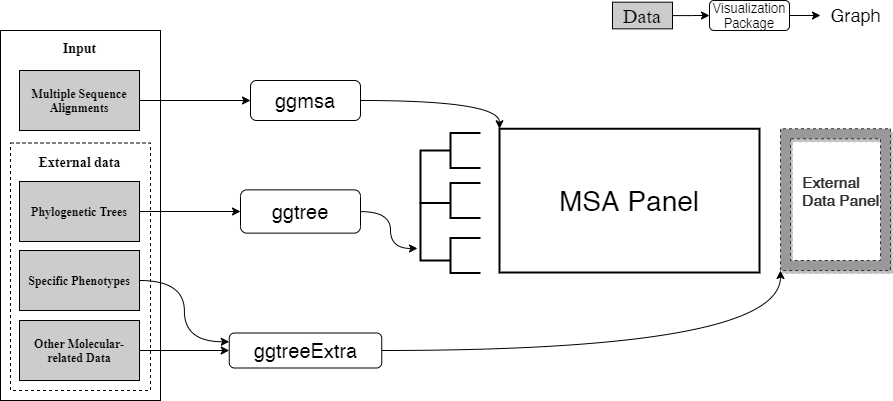
Earlier version of the draw.io export Figures/Fig1.png (YuLab-SMU/supplemental-ggmsa). Source tidied: cells renumbered, new cells last; positions are measured from the earlier drawing's top-left corner, leaving out a move shared by most shapes. Its diagram source:
```xml
<mxGraphModel>
  <root>
    <mxCell id="0" />
    <mxCell id="1" parent="0" />
    <mxCell id="2" style="verticalLabelPosition=bottom;verticalAlign=top;html=1;shape=mxgraph.basic.rect;fillColor2=none;strokeWidth=1;size=20;indent=5;fillColor=none;" parent="1" vertex="1">
      <mxGeometry y="30" width="160" height="370" as="geometry" />
    </mxCell>
    <mxCell id="3" style="verticalLabelPosition=bottom;verticalAlign=top;html=1;shape=mxgraph.basic.rect;fillColor2=none;strokeWidth=1;size=20;indent=5;fillColor=none;dashed=1;" parent="1" vertex="1">
      <mxGeometry x="10" y="142.5" width="140" height="247.5" as="geometry" />
    </mxCell>
    <mxCell id="4" style="edgeStyle=orthogonalEdgeStyle;curved=1;jettySize=auto;html=1;exitX=1;exitY=0.5;exitDx=0;exitDy=0;entryX=0;entryY=0.5;entryDx=0;entryDy=0;" parent="1" edge="1" source="5" target="11">
      <mxGeometry relative="1" as="geometry" />
    </mxCell>
    <mxCell id="5" value="&lt;font face=&quot;Times New Roman&quot;&gt;&lt;b&gt;Multiple Sequence Alignments&lt;/b&gt;&lt;/font&gt;" style="rounded=0;whiteSpace=wrap;html=1;fillColor=#CCCCCC;" parent="1" vertex="1">
      <mxGeometry x="19" y="70" width="120" height="60" as="geometry" />
    </mxCell>
    <mxCell id="6" style="edgeStyle=orthogonalEdgeStyle;curved=1;jettySize=auto;html=1;exitX=1;exitY=0.5;exitDx=0;exitDy=0;entryX=0;entryY=0.5;entryDx=0;entryDy=0;" parent="1" edge="1" source="7" target="13">
      <mxGeometry relative="1" as="geometry" />
    </mxCell>
    <mxCell id="7" value="&lt;font face=&quot;Times New Roman&quot;&gt;&lt;b&gt;Phylogenetic Trees&lt;/b&gt;&lt;/font&gt;" style="rounded=0;whiteSpace=wrap;html=1;fillColor=#CCCCCC;" parent="1" vertex="1">
      <mxGeometry x="19" y="181" width="120" height="60" as="geometry" />
    </mxCell>
    <mxCell id="8" style="edgeStyle=orthogonalEdgeStyle;curved=1;jettySize=auto;html=1;exitX=1;exitY=0.5;exitDx=0;exitDy=0;entryX=0;entryY=0.5;entryDx=0;entryDy=0;" parent="1" edge="1" source="9" target="15">
      <mxGeometry relative="1" as="geometry" />
    </mxCell>
    <mxCell id="9" value="&lt;font face=&quot;Times New Roman&quot;&gt;&lt;b&gt;Other Molecular-related Data&lt;/b&gt;&lt;/font&gt;" style="rounded=0;whiteSpace=wrap;html=1;fillColor=#CCCCCC;" parent="1" vertex="1">
      <mxGeometry x="19" y="320" width="120" height="60" as="geometry" />
    </mxCell>
    <mxCell id="10" style="edgeStyle=orthogonalEdgeStyle;jettySize=auto;html=1;entryX=0;entryY=0;entryDx=0;entryDy=0;curved=1;" parent="1" edge="1" source="11" target="25">
      <mxGeometry relative="1" as="geometry" />
    </mxCell>
    <mxCell id="11" value="&lt;font style=&quot;font-size: 20px&quot;&gt;ggmsa&lt;/font&gt;" style="rounded=1;whiteSpace=wrap;html=1;fillColor=none;strokeColor=#000000;" parent="1" vertex="1">
      <mxGeometry x="250" y="80" width="110" height="40" as="geometry" />
    </mxCell>
    <mxCell id="12" style="edgeStyle=orthogonalEdgeStyle;curved=1;jettySize=auto;html=1;entryX=-0.1;entryY=0.791;entryDx=0;entryDy=0;entryPerimeter=0;" parent="1" edge="1" source="13" target="22">
      <mxGeometry relative="1" as="geometry" />
    </mxCell>
    <mxCell id="13" value="&lt;font style=&quot;font-size: 20px&quot;&gt;ggtree&lt;/font&gt;" style="rounded=1;whiteSpace=wrap;html=1;strokeColor=#000000;fillColor=none;" parent="1" vertex="1">
      <mxGeometry x="240" y="189.4" width="120" height="43.2" as="geometry" />
    </mxCell>
    <mxCell id="14" style="edgeStyle=orthogonalEdgeStyle;curved=1;jettySize=auto;html=1;entryX=0;entryY=1;entryDx=0;entryDy=0;entryPerimeter=0;" parent="1" edge="1" source="15" target="27">
      <mxGeometry relative="1" as="geometry">
        <Array as="points">
          <mxPoint x="780" y="350" />
        </Array>
      </mxGeometry>
    </mxCell>
    <mxCell id="15" value="&lt;font style=&quot;font-size: 20px&quot;&gt;ggtreeExtra&lt;/font&gt;" style="rounded=1;whiteSpace=wrap;html=1;strokeColor=#000000;fillColor=none;" parent="1" vertex="1">
      <mxGeometry x="228.8" y="332.5" width="152.5" height="35" as="geometry" />
    </mxCell>
    <mxCell id="16" style="edgeStyle=orthogonalEdgeStyle;curved=1;jettySize=auto;html=1;" parent="1" edge="1" source="17" target="32">
      <mxGeometry relative="1" as="geometry" />
    </mxCell>
    <mxCell id="17" value="&lt;font face=&quot;Times New Roman&quot; style=&quot;font-size: 20px&quot;&gt;Data&lt;/font&gt;" style="rounded=0;whiteSpace=wrap;html=1;fillColor=#CCCCCC;" parent="1" vertex="1">
      <mxGeometry x="612" y="1.7" width="60" height="26.7" as="geometry" />
    </mxCell>
    <mxCell id="18" style="group;" parent="1" vertex="1">
      <mxGeometry x="420" y="40" width="470" height="232.5" as="geometry" />
    </mxCell>
    <mxCell id="19" style="group;" parent="18" vertex="1">
      <mxGeometry y="92.5" width="60" height="140" as="geometry" />
    </mxCell>
    <mxCell id="20" style="strokeWidth=2;html=1;shape=mxgraph.flowchart.annotation_1;align=left;fillColor=none;" parent="19" vertex="1">
      <mxGeometry y="17.5" width="30" height="52.5" as="geometry" />
    </mxCell>
    <mxCell id="21" style="strokeWidth=2;html=1;shape=mxgraph.flowchart.annotation_1;align=left;fillColor=none;" parent="19" vertex="1">
      <mxGeometry x="30" y="50" width="30" height="35" as="geometry" />
    </mxCell>
    <mxCell id="22" style="strokeWidth=2;html=1;shape=mxgraph.flowchart.annotation_1;align=left;fillColor=none;" parent="19" vertex="1">
      <mxGeometry y="70" width="30" height="57.5" as="geometry" />
    </mxCell>
    <mxCell id="23" style="strokeWidth=2;html=1;shape=mxgraph.flowchart.annotation_1;align=left;fillColor=none;" parent="19" vertex="1">
      <mxGeometry x="30" width="30" height="35" as="geometry" />
    </mxCell>
    <mxCell id="24" style="strokeWidth=2;html=1;shape=mxgraph.flowchart.annotation_1;align=left;fillColor=none;" parent="19" vertex="1">
      <mxGeometry x="30" y="105" width="30" height="35" as="geometry" />
    </mxCell>
    <mxCell id="25" value="&lt;font style=&quot;font-size: 28px&quot;&gt;MSA Panel&lt;/font&gt;" style="rounded=0;whiteSpace=wrap;html=1;strokeColor=#000000;strokeWidth=2;fillColor=none;" parent="18" vertex="1">
      <mxGeometry x="79" y="88.2" width="260" height="143.8" as="geometry" />
    </mxCell>
    <mxCell id="26" style="group;" parent="18" vertex="1">
      <mxGeometry x="360" y="88.2" width="110" height="141.8" as="geometry" />
    </mxCell>
    <mxCell id="27" style="verticalLabelPosition=bottom;verticalAlign=top;html=1;shape=mxgraph.basic.frame;dx=10;strokeColor=#333333;fillColor=#999999;shadow=1;dashed=1;" parent="26" vertex="1">
      <mxGeometry width="110" height="141.8" as="geometry" />
    </mxCell>
    <mxCell id="28" value="&lt;span style=&quot;font-size: 15px&quot;&gt;&lt;b&gt;&lt;font color=&quot;#333333&quot;&gt;External &lt;br&gt;Data Panel&lt;br&gt;&lt;/font&gt;&lt;/b&gt;&lt;/span&gt;" style="text;html=1;" parent="26" vertex="1">
      <mxGeometry x="20" y="38.9" width="80" height="65.9" as="geometry" />
    </mxCell>
    <mxCell id="29" value="&lt;font style=&quot;font-size: 14px&quot; face=&quot;Times New Roman&quot;&gt;&lt;b&gt;External data&lt;/b&gt;&lt;/font&gt;" style="text;html=1;align=center;verticalAlign=middle;" parent="1" vertex="1">
      <mxGeometry x="29" y="152" width="100" height="20" as="geometry" />
    </mxCell>
    <mxCell id="30" value="&lt;font style=&quot;font-size: 14px&quot; face=&quot;Times New Roman&quot;&gt;&lt;b&gt;Input&lt;/b&gt;&lt;/font&gt;" style="text;html=1;align=center;verticalAlign=middle;" parent="1" vertex="1">
      <mxGeometry x="54" y="38" width="50" height="20" as="geometry" />
    </mxCell>
    <mxCell id="31" style="edgeStyle=orthogonalEdgeStyle;curved=1;jettySize=auto;html=1;" parent="1" edge="1" source="32" target="33">
      <mxGeometry relative="1" as="geometry" />
    </mxCell>
    <mxCell id="32" value="&lt;font style=&quot;font-size: 13px&quot;&gt;Visualization&lt;br&gt;Package&lt;/font&gt;" style="rounded=1;whiteSpace=wrap;html=1;fillColor=none;strokeColor=#000000;" parent="1" vertex="1">
      <mxGeometry x="709" width="80" height="30" as="geometry" />
    </mxCell>
    <mxCell id="33" value="&lt;font style=&quot;font-size: 18px&quot;&gt;Graph&lt;/font&gt;" style="text;html=1;align=center;verticalAlign=middle;points=[];" parent="1" vertex="1">
      <mxGeometry x="820" y="5" width="70" height="20" as="geometry" />
    </mxCell>
    <mxCell id="34" style="edgeStyle=orthogonalEdgeStyle;jettySize=auto;html=1;entryX=0;entryY=0.25;entryDx=0;entryDy=0;curved=1;" parent="1" edge="1" source="35" target="15">
      <mxGeometry relative="1" as="geometry" />
    </mxCell>
    <mxCell id="35" value="&lt;font face=&quot;Times New Roman&quot;&gt;&lt;b&gt;Specific Phenotypes&lt;/b&gt;&lt;/font&gt;" style="rounded=0;whiteSpace=wrap;html=1;fillColor=#CCCCCC;" parent="1" vertex="1">
      <mxGeometry x="19" y="250" width="120" height="60" as="geometry" />
    </mxCell>
  </root>
</mxGraphModel>
```
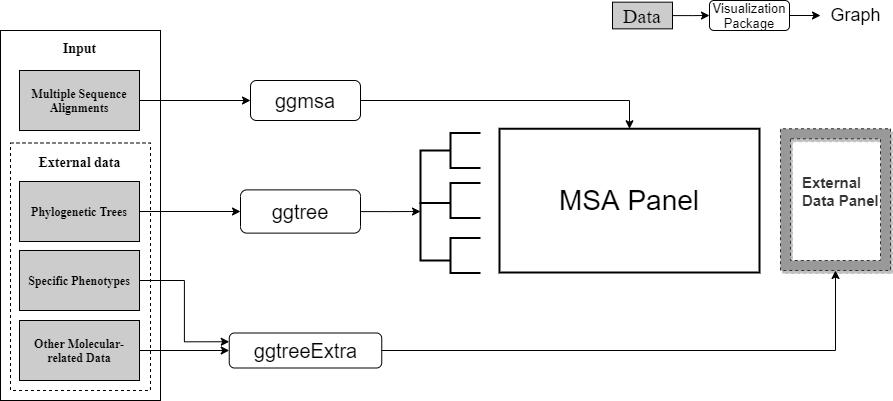
After the commit.

Diff of the diagram source:
```diff
@@ -26,24 +26,20 @@
     <mxCell id="9" value="&lt;font face=&quot;Times New Roman&quot;&gt;&lt;b&gt;Other Molecular-related Data&lt;/b&gt;&lt;/font&gt;" style="rounded=0;whiteSpace=wrap;html=1;fillColor=#CCCCCC;" parent="1" vertex="1">
       <mxGeometry x="19" y="320" width="120" height="60" as="geometry" />
     </mxCell>
-    <mxCell id="10" style="edgeStyle=orthogonalEdgeStyle;jettySize=auto;html=1;entryX=0;entryY=0;entryDx=0;entryDy=0;curved=1;" parent="1" edge="1" source="11" target="25">
+    <mxCell id="10" style="edgeStyle=orthogonalEdgeStyle;rounded=0;jettySize=auto;html=1;" parent="1" edge="1" source="11" target="25">
       <mxGeometry relative="1" as="geometry" />
     </mxCell>
     <mxCell id="11" value="&lt;font style=&quot;font-size: 20px&quot;&gt;ggmsa&lt;/font&gt;" style="rounded=1;whiteSpace=wrap;html=1;fillColor=none;strokeColor=#000000;" parent="1" vertex="1">
       <mxGeometry x="250" y="80" width="110" height="40" as="geometry" />
     </mxCell>
-    <mxCell id="12" style="edgeStyle=orthogonalEdgeStyle;curved=1;jettySize=auto;html=1;entryX=-0.1;entryY=0.791;entryDx=0;entryDy=0;entryPerimeter=0;" parent="1" edge="1" source="13" target="22">
+    <mxCell id="12" style="edgeStyle=orthogonalEdgeStyle;rounded=0;jettySize=auto;html=1;entryX=0;entryY=0.148;entryDx=0;entryDy=0;entryPerimeter=0;" parent="1" edge="1" source="13" target="22">
       <mxGeometry relative="1" as="geometry" />
     </mxCell>
     <mxCell id="13" value="&lt;font style=&quot;font-size: 20px&quot;&gt;ggtree&lt;/font&gt;" style="rounded=1;whiteSpace=wrap;html=1;strokeColor=#000000;fillColor=none;" parent="1" vertex="1">
       <mxGeometry x="240" y="189.4" width="120" height="43.2" as="geometry" />
     </mxCell>
-    <mxCell id="14" style="edgeStyle=orthogonalEdgeStyle;curved=1;jettySize=auto;html=1;entryX=0;entryY=1;entryDx=0;entryDy=0;entryPerimeter=0;" parent="1" edge="1" source="15" target="27">
-      <mxGeometry relative="1" as="geometry">
-        <Array as="points">
-          <mxPoint x="780" y="350" />
-        </Array>
-      </mxGeometry>
+    <mxCell id="14" style="edgeStyle=orthogonalEdgeStyle;rounded=0;jettySize=auto;html=1;entryX=0.5;entryY=1;entryDx=0;entryDy=0;entryPerimeter=0;" parent="1" edge="1" source="15" target="27">
+      <mxGeometry relative="1" as="geometry" />
     </mxCell>
     <mxCell id="15" value="&lt;font style=&quot;font-size: 20px&quot;&gt;ggtreeExtra&lt;/font&gt;" style="rounded=1;whiteSpace=wrap;html=1;strokeColor=#000000;fillColor=none;" parent="1" vertex="1">
       <mxGeometry x="228.8" y="332.5" width="152.5" height="35" as="geometry" />
@@ -102,7 +98,7 @@
     <mxCell id="33" value="&lt;font style=&quot;font-size: 18px&quot;&gt;Graph&lt;/font&gt;" style="text;html=1;align=center;verticalAlign=middle;points=[];" parent="1" vertex="1">
       <mxGeometry x="820" y="5" width="70" height="20" as="geometry" />
     </mxCell>
-    <mxCell id="34" style="edgeStyle=orthogonalEdgeStyle;jettySize=auto;html=1;entryX=0;entryY=0.25;entryDx=0;entryDy=0;curved=1;" parent="1" edge="1" source="35" target="15">
+    <mxCell id="34" style="edgeStyle=orthogonalEdgeStyle;jettySize=auto;html=1;entryX=0;entryY=0.25;entryDx=0;entryDy=0;rounded=0;" parent="1" edge="1" source="35" target="15">
       <mxGeometry relative="1" as="geometry" />
     </mxCell>
     <mxCell id="35" value="&lt;font face=&quot;Times New Roman&quot;&gt;&lt;b&gt;Specific Phenotypes&lt;/b&gt;&lt;/font&gt;" style="rounded=0;whiteSpace=wrap;html=1;fillColor=#CCCCCC;" parent="1" vertex="1">
```
